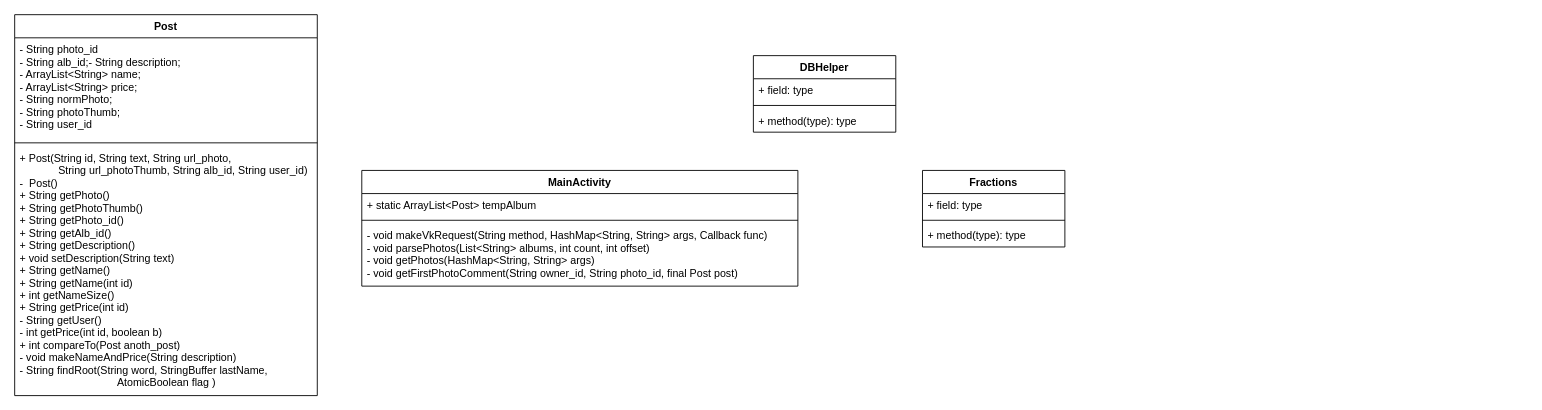
Before: Kursach 4 sem.drawio in Konstantin-Minachkin/praktika1ikbo-16-17-, a draw.io diagram. Source tidied: cells renumbered, new cells numbered last; positions are measured from the earlier drawing's top-left corner, leaving out a move shared by most shapes. Both pictures are drawn from the tidied source at 89%, with x=0, y=0 at pixel (14, 14).
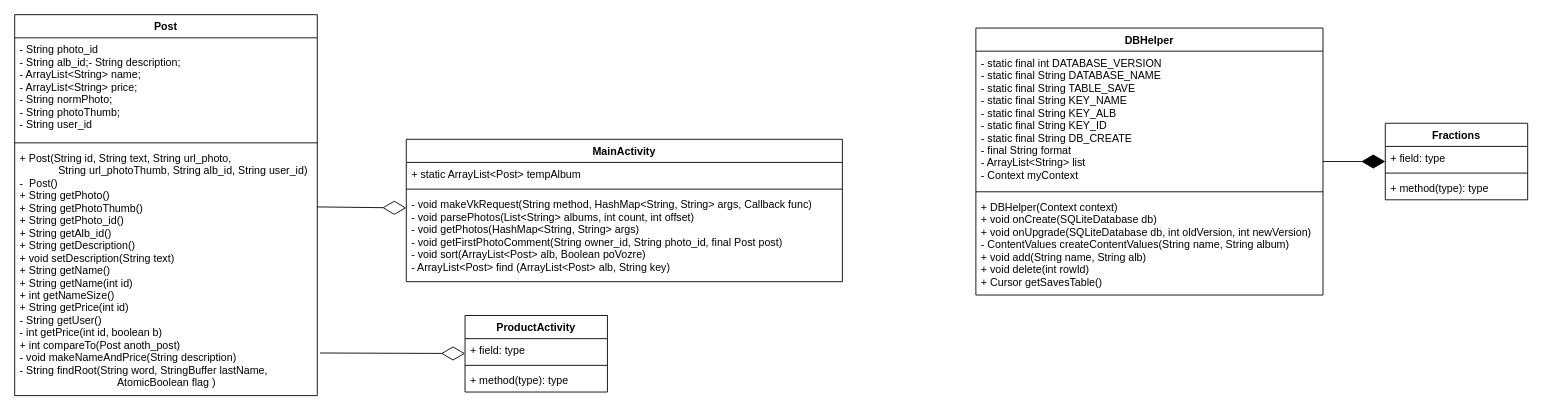
The same diagram, later.

Unchanged cells that the change refers to:
```xml
<mxCell id="2" value="Post" style="swimlane;fontStyle=1;align=center;verticalAlign=top;horizontal=1;startSize=26;" parent="1" vertex="1">
  <mxGeometry width="340" height="428" as="geometry" />
</mxCell>
<mxCell id="5" value="+ Post(String id, String text, String url_photo, &#10;             String url_photoThumb, String alb_id, String user_id)&#10;-  Post()&#10;+ String getPhoto()&#10;+ String getPhotoThumb()&#10;+ String getPhoto_id()&#10;+ String getAlb_id()&#10;+ String getDescription()&#10;+ void setDescription(String text)&#10;+ String getName()&#10;+ String getName(int id)&#10;+ int getNameSize()&#10;+ String getPrice(int id)&#10;- String getUser()&#10;- int getPrice(int id, boolean b)&#10;+ int compareTo(Post anoth_post)&#10;- void makeNameAndPrice(String description)&#10;- String findRoot(String word, StringBuffer lastName, &#10;                                 AtomicBoolean flag )" style="text;strokeColor=none;fillColor=none;align=left;verticalAlign=top;spacingLeft=4;spacingRight=4;overflow=hidden;points=[[0,0.5],[1,0.5]];portConstraint=eastwest;" parent="2" vertex="1">
  <mxGeometry y="148" width="340" height="280" as="geometry" />
</mxCell>
```

What changed in the source:
```diff
@@
     <mxCell id="6" value="MainActivity" style="swimlane;fontStyle=1;align=center;verticalAlign=top;horizontal=1;startSize=26;" parent="1" vertex="1">
-      <mxGeometry x="390" y="175" width="490" height="130" as="geometry" />
+      <mxGeometry x="440" y="140" width="490" height="160" as="geometry" />
     </mxCell>
@@
-    <mxCell id="9" value="- void makeVkRequest(String method, HashMap&lt;String, String&gt; args, Callback func)&#10;- void parsePhotos(List&lt;String&gt; albums, int count, int offset)&#10;- void getPhotos(HashMap&lt;String, String&gt; args)&#10;- void getFirstPhotoComment(String owner_id, String photo_id, final Post post)" style="text;strokeColor=none;fillColor=none;align=left;verticalAlign=top;spacingLeft=4;spacingRight=4;overflow=hidden;" parent="6" vertex="1">
-      <mxGeometry y="60" width="490" height="70" as="geometry" />
+    <mxCell id="9" value="- void makeVkRequest(String method, HashMap&lt;String, String&gt; args, Callback func)&#10;- void parsePhotos(List&lt;String&gt; albums, int count, int offset)&#10;- void getPhotos(HashMap&lt;String, String&gt; args)&#10;- void getFirstPhotoComment(String owner_id, String photo_id, final Post post)&#10;- void sort(ArrayList&lt;Post&gt; alb, Boolean poVozre)&#10;- ArrayList&lt;Post&gt; find (ArrayList&lt;Post&gt; alb, String key)" style="text;strokeColor=none;fillColor=none;align=left;verticalAlign=top;spacingLeft=4;spacingRight=4;overflow=hidden;" parent="6" vertex="1">
+      <mxGeometry y="60" width="490" height="100" as="geometry" />
     </mxCell>
     <mxCell id="10" value="DBHelper" style="swimlane;fontStyle=1;align=center;verticalAlign=top;horizontal=1;startSize=26;" parent="1" vertex="1">
-      <mxGeometry x="830" y="46" width="160" height="86" as="geometry" />
+      <mxGeometry x="1080" y="15" width="390" height="300" as="geometry" />
     </mxCell>
-    <mxCell id="11" value="+ field: type" style="text;strokeColor=none;fillColor=none;align=left;verticalAlign=top;spacingLeft=4;spacingRight=4;overflow=hidden;" parent="10" vertex="1">
-      <mxGeometry y="26" width="160" height="26" as="geometry" />
+    <mxCell id="11" value="- static final int DATABASE_VERSION&#10;- static final String DATABASE_NAME&#10;- static final String TABLE_SAVE&#10;- static final String KEY_NAME&#10;- static final String KEY_ALB&#10;- static final String KEY_ID&#10;- static final String DB_CREATE&#10;- final String format&#10;- ArrayList&lt;String&gt; list&#10;- Context myContext" style="text;strokeColor=none;fillColor=none;align=left;verticalAlign=top;spacingLeft=4;spacingRight=4;overflow=hidden;" parent="10" vertex="1">
+      <mxGeometry y="26" width="390" height="154" as="geometry" />
     </mxCell>
     <mxCell id="12" style="line;strokeWidth=1;fillColor=none;align=left;verticalAlign=middle;spacingTop=-1;spacingLeft=3;spacingRight=3;labelPosition=right;" parent="10" vertex="1">
-      <mxGeometry y="52" width="160" height="8" as="geometry" />
+      <mxGeometry y="180" width="390" height="8" as="geometry" />
     </mxCell>
-    <mxCell id="13" value="+ method(type): type" style="text;strokeColor=none;fillColor=none;align=left;verticalAlign=top;spacingLeft=4;spacingRight=4;overflow=hidden;" parent="10" vertex="1">
-      <mxGeometry y="60" width="160" height="26" as="geometry" />
+    <mxCell id="13" value="+ DBHelper(Context context)&#10;+ void onCreate(SQLiteDatabase db)&#10;+ void onUpgrade(SQLiteDatabase db, int oldVersion, int newVersion)&#10;- ContentValues createContentValues(String name, String album)&#10;+ void add(String name, String alb)&#10;+ void delete(int rowId)&#10;+ Cursor getSavesTable()" style="text;strokeColor=none;fillColor=none;align=left;verticalAlign=top;spacingLeft=4;spacingRight=4;overflow=hidden;" parent="10" vertex="1">
+      <mxGeometry y="188" width="390" height="112" as="geometry" />
     </mxCell>
     <mxCell id="14" value="Fractions" style="swimlane;fontStyle=1;align=center;verticalAlign=top;horizontal=1;startSize=26;" parent="1" vertex="1">
-      <mxGeometry x="1020" y="175" width="160" height="86" as="geometry" />
+      <mxGeometry x="1540" y="122" width="160" height="86" as="geometry" />
     </mxCell>
@@
+    <mxCell id="18" style="endArrow=diamondThin;endFill=0;endSize=24;html=1;" parent="1" edge="1" source="2" target="6">
+      <mxGeometry relative="1" as="geometry" />
+    </mxCell>
+    <mxCell id="19" value="ProductActivity" style="swimlane;fontStyle=1;align=center;verticalAlign=top;horizontal=1;startSize=26;" parent="1" vertex="1">
+      <mxGeometry x="506" y="338" width="160" height="86" as="geometry" />
+    </mxCell>
+    <mxCell id="20" value="+ field: type" style="text;strokeColor=none;fillColor=none;align=left;verticalAlign=top;spacingLeft=4;spacingRight=4;overflow=hidden;" parent="19" vertex="1">
+      <mxGeometry y="26" width="160" height="26" as="geometry" />
+    </mxCell>
+    <mxCell id="21" style="line;strokeWidth=1;fillColor=none;align=left;verticalAlign=middle;spacingTop=-1;spacingLeft=3;spacingRight=3;labelPosition=right;" parent="19" vertex="1">
+      <mxGeometry y="52" width="160" height="8" as="geometry" />
+    </mxCell>
+    <mxCell id="22" value="+ method(type): type" style="text;strokeColor=none;fillColor=none;align=left;verticalAlign=top;spacingLeft=4;spacingRight=4;overflow=hidden;" parent="19" vertex="1">
+      <mxGeometry y="60" width="160" height="26" as="geometry" />
+    </mxCell>
+    <mxCell id="23" style="endArrow=diamondThin;endFill=1;endSize=24;html=1;" parent="1" edge="1" source="10" target="14">
+      <mxGeometry relative="1" as="geometry" />
+    </mxCell>
+    <mxCell id="24" style="endArrow=diamondThin;endFill=0;endSize=24;html=1;exitX=1.009;exitY=0.829;exitDx=0;exitDy=0;exitPerimeter=0;" parent="1" edge="1" source="5" target="19">
+      <mxGeometry relative="1" as="geometry" />
+    </mxCell>
```
